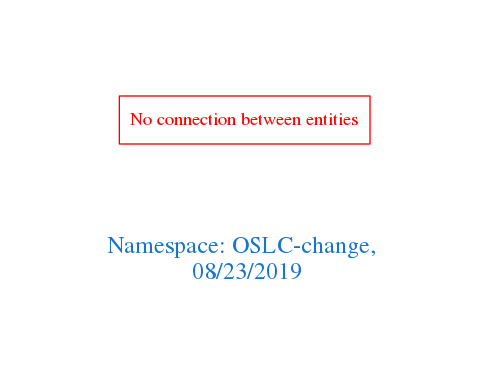
The Graphviz diagram downloads/OSLC-change.png in arago/OGIT, before a commit. Its source is kept beside it as downloads/OSLC-change.dot.
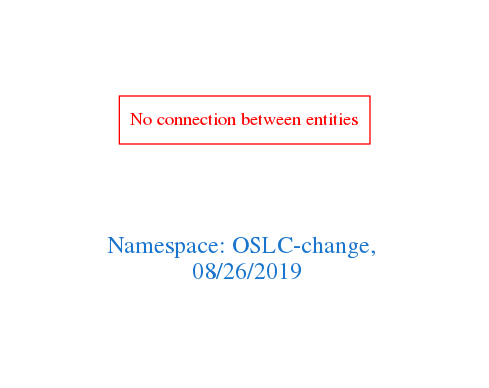
Later version of the same file.

The edit, as a diff of the source:
```diff
@@ -1,7 +1,7 @@
 digraph OGIT_ontology {
  graph [ rankdir= LR,pad=1
 fontsize = 18,
-fontcolor= dodgerblue3,label = "\n\n\nNamespace: OSLC-change, \n 08/23/2019"];
+fontcolor= dodgerblue3,label = "\n\n\nNamespace: OSLC-change, \n 08/26/2019"];
 node[shape=polygon];
 edge [  color="gray81"];
 
```
